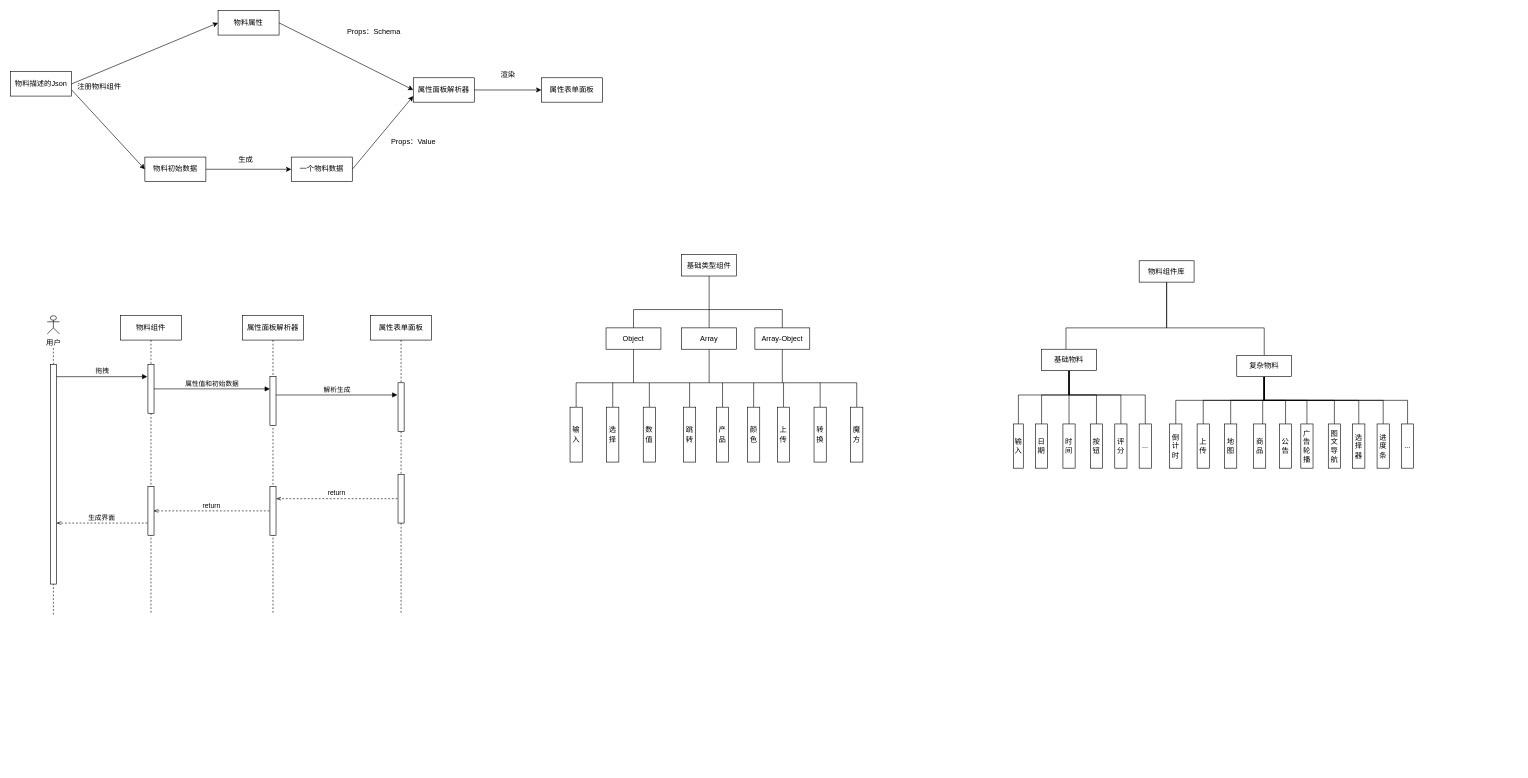
This is 属性面板.drawio from yuxinyu12345/diagrams, a draw.io file, before an edit. Source tidied: cells renumbered, new cells numbered last; positions are measured from the earlier drawing's top-left corner, leaving out a move shared by most shapes. Both pictures are drawn from the tidied source at 61%, with x=0, y=0 at pixel (10, 10).
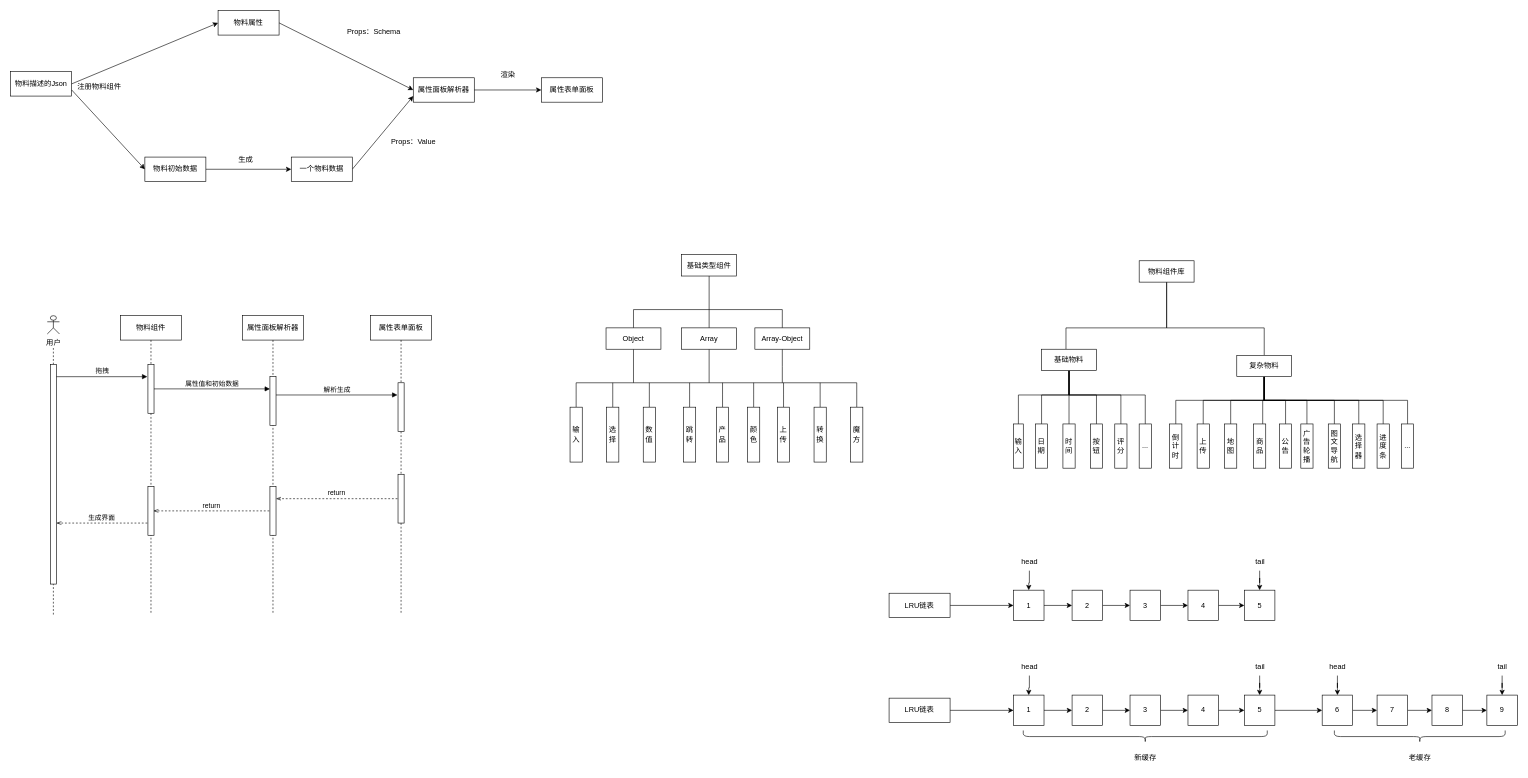
After the change.

Commit message:
更新属性面板.drawio

The edit, as a diff of the source:
```diff
@@
+    <mxCell id="106" style="edgeStyle=orthogonalEdgeStyle;rounded=0;jettySize=auto;html=1;exitX=1;exitY=0.5;exitDx=0;exitDy=0;" parent="1" edge="1" source="107" target="109">
+      <mxGeometry relative="1" as="geometry" />
+    </mxCell>
+    <mxCell id="107" value="1" style="whiteSpace=wrap;html=1;" parent="1" vertex="1">
+      <mxGeometry x="1644" y="950" width="50" height="50" as="geometry" />
+    </mxCell>
+    <mxCell id="108" style="edgeStyle=orthogonalEdgeStyle;rounded=0;jettySize=auto;html=1;exitX=1;exitY=0.5;exitDx=0;exitDy=0;entryX=0;entryY=0.5;entryDx=0;entryDy=0;" parent="1" edge="1" source="109" target="111">
+      <mxGeometry relative="1" as="geometry" />
+    </mxCell>
+    <mxCell id="109" value="2" style="whiteSpace=wrap;html=1;" parent="1" vertex="1">
+      <mxGeometry x="1740" y="950" width="50" height="50" as="geometry" />
+    </mxCell>
+    <mxCell id="110" style="edgeStyle=orthogonalEdgeStyle;rounded=0;jettySize=auto;html=1;exitX=1;exitY=0.5;exitDx=0;exitDy=0;entryX=0;entryY=0.5;entryDx=0;entryDy=0;" parent="1" edge="1" source="111" target="113">
+      <mxGeometry relative="1" as="geometry" />
+    </mxCell>
+    <mxCell id="111" value="3" style="whiteSpace=wrap;html=1;" parent="1" vertex="1">
+      <mxGeometry x="1835" y="950" width="50" height="50" as="geometry" />
+    </mxCell>
+    <mxCell id="112" style="edgeStyle=orthogonalEdgeStyle;rounded=0;jettySize=auto;html=1;exitX=1;exitY=0.5;exitDx=0;exitDy=0;entryX=0;entryY=0.5;entryDx=0;entryDy=0;" parent="1" edge="1" source="113" target="114">
+      <mxGeometry relative="1" as="geometry" />
+    </mxCell>
+    <mxCell id="113" value="4" style="whiteSpace=wrap;html=1;" parent="1" vertex="1">
+      <mxGeometry x="1930" y="950" width="50" height="50" as="geometry" />
+    </mxCell>
+    <mxCell id="114" value="5" style="whiteSpace=wrap;html=1;" parent="1" vertex="1">
+      <mxGeometry x="2022.5" y="950" width="50" height="50" as="geometry" />
+    </mxCell>
+    <mxCell id="115" style="edgeStyle=orthogonalEdgeStyle;rounded=0;jettySize=auto;html=1;exitX=1;exitY=0.5;exitDx=0;exitDy=0;" parent="1" edge="1" source="116" target="107">
+      <mxGeometry relative="1" as="geometry" />
+    </mxCell>
+    <mxCell id="116" value="LRU链表" style="rounded=0;whiteSpace=wrap;html=1;" parent="1" vertex="1">
+      <mxGeometry x="1440" y="955" width="100" height="40" as="geometry" />
+    </mxCell>
+    <mxCell id="117" style="edgeStyle=orthogonalEdgeStyle;rounded=0;jettySize=auto;html=1;" parent="1" edge="1" source="118" target="107">
+      <mxGeometry relative="1" as="geometry" />
+    </mxCell>
+    <mxCell id="118" value="head" style="text;html=1;align=center;verticalAlign=middle;points=[];strokeColor=none;fillColor=none;" parent="1" vertex="1">
+      <mxGeometry x="1645" y="888" width="50" height="30" as="geometry" />
+    </mxCell>
+    <mxCell id="119" style="edgeStyle=orthogonalEdgeStyle;rounded=0;jettySize=auto;html=1;" parent="1" edge="1" source="120" target="114">
+      <mxGeometry relative="1" as="geometry" />
+    </mxCell>
+    <mxCell id="120" value="tail" style="text;html=1;align=center;verticalAlign=middle;points=[];strokeColor=none;fillColor=none;" parent="1" vertex="1">
+      <mxGeometry x="2027.5" y="888" width="40" height="30" as="geometry" />
+    </mxCell>
+    <mxCell id="121" style="edgeStyle=orthogonalEdgeStyle;rounded=0;jettySize=auto;html=1;exitX=1;exitY=0.5;exitDx=0;exitDy=0;" parent="1" edge="1" source="122" target="124">
+      <mxGeometry relative="1" as="geometry" />
+    </mxCell>
+    <mxCell id="122" value="1" style="whiteSpace=wrap;html=1;" parent="1" vertex="1">
+      <mxGeometry x="1644" y="1122" width="50" height="50" as="geometry" />
+    </mxCell>
+    <mxCell id="123" style="edgeStyle=orthogonalEdgeStyle;rounded=0;jettySize=auto;html=1;exitX=1;exitY=0.5;exitDx=0;exitDy=0;entryX=0;entryY=0.5;entryDx=0;entryDy=0;" parent="1" edge="1" source="124" target="126">
+      <mxGeometry relative="1" as="geometry" />
+    </mxCell>
+    <mxCell id="124" value="2" style="whiteSpace=wrap;html=1;" parent="1" vertex="1">
+      <mxGeometry x="1740" y="1122" width="50" height="50" as="geometry" />
+    </mxCell>
+    <mxCell id="125" style="edgeStyle=orthogonalEdgeStyle;rounded=0;jettySize=auto;html=1;exitX=1;exitY=0.5;exitDx=0;exitDy=0;entryX=0;entryY=0.5;entryDx=0;entryDy=0;" parent="1" edge="1" source="126" target="128">
+      <mxGeometry relative="1" as="geometry" />
+    </mxCell>
+    <mxCell id="126" value="3" style="whiteSpace=wrap;html=1;" parent="1" vertex="1">
+      <mxGeometry x="1835" y="1122" width="50" height="50" as="geometry" />
+    </mxCell>
+    <mxCell id="127" style="edgeStyle=orthogonalEdgeStyle;rounded=0;jettySize=auto;html=1;exitX=1;exitY=0.5;exitDx=0;exitDy=0;entryX=0;entryY=0.5;entryDx=0;entryDy=0;" parent="1" edge="1" source="128" target="130">
+      <mxGeometry relative="1" as="geometry" />
+    </mxCell>
+    <mxCell id="128" value="4" style="whiteSpace=wrap;html=1;" parent="1" vertex="1">
+      <mxGeometry x="1930" y="1122" width="50" height="50" as="geometry" />
+    </mxCell>
+    <mxCell id="129" style="edgeStyle=orthogonalEdgeStyle;rounded=0;jettySize=auto;html=1;" parent="1" edge="1" source="130" target="138">
+      <mxGeometry relative="1" as="geometry" />
+    </mxCell>
+    <mxCell id="130" value="5" style="whiteSpace=wrap;html=1;" parent="1" vertex="1">
+      <mxGeometry x="2022.5" y="1122" width="50" height="50" as="geometry" />
+    </mxCell>
+    <mxCell id="131" style="edgeStyle=orthogonalEdgeStyle;rounded=0;jettySize=auto;html=1;exitX=1;exitY=0.5;exitDx=0;exitDy=0;" parent="1" edge="1" source="132" target="122">
+      <mxGeometry relative="1" as="geometry" />
+    </mxCell>
+    <mxCell id="132" value="LRU链表" style="rounded=0;whiteSpace=wrap;html=1;" parent="1" vertex="1">
+      <mxGeometry x="1440" y="1127" width="100" height="40" as="geometry" />
+    </mxCell>
+    <mxCell id="133" style="edgeStyle=orthogonalEdgeStyle;rounded=0;jettySize=auto;html=1;" parent="1" edge="1" source="134" target="122">
+      <mxGeometry relative="1" as="geometry" />
+    </mxCell>
+    <mxCell id="134" value="head" style="text;html=1;align=center;verticalAlign=middle;points=[];strokeColor=none;fillColor=none;" parent="1" vertex="1">
+      <mxGeometry x="1645" y="1060" width="50" height="30" as="geometry" />
+    </mxCell>
+    <mxCell id="135" style="edgeStyle=orthogonalEdgeStyle;rounded=0;jettySize=auto;html=1;" parent="1" edge="1" source="136" target="130">
+      <mxGeometry relative="1" as="geometry" />
+    </mxCell>
+    <mxCell id="136" value="tail" style="text;html=1;align=center;verticalAlign=middle;points=[];strokeColor=none;fillColor=none;" parent="1" vertex="1">
+      <mxGeometry x="2027.5" y="1060" width="40" height="30" as="geometry" />
+    </mxCell>
+    <mxCell id="137" style="edgeStyle=orthogonalEdgeStyle;rounded=0;jettySize=auto;html=1;" parent="1" edge="1" source="138" target="140">
+      <mxGeometry relative="1" as="geometry" />
+    </mxCell>
+    <mxCell id="138" value="6" style="whiteSpace=wrap;html=1;" parent="1" vertex="1">
+      <mxGeometry x="2150" y="1122" width="50" height="50" as="geometry" />
+    </mxCell>
+    <mxCell id="139" style="edgeStyle=orthogonalEdgeStyle;rounded=0;jettySize=auto;html=1;" parent="1" edge="1" source="140" target="142">
+      <mxGeometry relative="1" as="geometry" />
+    </mxCell>
+    <mxCell id="140" value="7" style="whiteSpace=wrap;html=1;" parent="1" vertex="1">
+      <mxGeometry x="2240" y="1122" width="50" height="50" as="geometry" />
+    </mxCell>
+    <mxCell id="141" style="edgeStyle=orthogonalEdgeStyle;rounded=0;jettySize=auto;html=1;" parent="1" edge="1" source="142" target="143">
+      <mxGeometry relative="1" as="geometry" />
+    </mxCell>
+    <mxCell id="142" value="8" style="whiteSpace=wrap;html=1;" parent="1" vertex="1">
+      <mxGeometry x="2330" y="1122" width="50" height="50" as="geometry" />
+    </mxCell>
+    <mxCell id="143" value="9" style="whiteSpace=wrap;html=1;" parent="1" vertex="1">
+      <mxGeometry x="2420" y="1122" width="50" height="50" as="geometry" />
+    </mxCell>
+    <mxCell id="144" style="edgeStyle=orthogonalEdgeStyle;rounded=0;jettySize=auto;html=1;" parent="1" edge="1" source="145" target="138">
+      <mxGeometry relative="1" as="geometry" />
+    </mxCell>
+    <mxCell id="145" value="head" style="text;html=1;align=center;verticalAlign=middle;points=[];strokeColor=none;fillColor=none;" parent="1" vertex="1">
+      <mxGeometry x="2150" y="1060" width="50" height="30" as="geometry" />
+    </mxCell>
+    <mxCell id="146" style="edgeStyle=orthogonalEdgeStyle;rounded=0;jettySize=auto;html=1;" parent="1" edge="1" source="147" target="143">
+      <mxGeometry relative="1" as="geometry" />
+    </mxCell>
+    <mxCell id="147" value="tail" style="text;html=1;align=center;verticalAlign=middle;points=[];strokeColor=none;fillColor=none;" parent="1" vertex="1">
+      <mxGeometry x="2425" y="1060" width="40" height="30" as="geometry" />
+    </mxCell>
+    <mxCell id="148" style="shape=curlyBracket;whiteSpace=wrap;html=1;rounded=1;labelPosition=left;verticalLabelPosition=middle;align=right;verticalAlign=middle;direction=north;" parent="1" vertex="1">
+      <mxGeometry x="1660" y="1180" width="400" height="20" as="geometry" />
+    </mxCell>
+    <mxCell id="149" value="新缓存" style="text;html=1;align=center;verticalAlign=middle;strokeColor=none;fillColor=none;" parent="1" vertex="1">
+      <mxGeometry x="1830" y="1210" width="60" height="30" as="geometry" />
+    </mxCell>
+    <mxCell id="150" style="shape=curlyBracket;whiteSpace=wrap;html=1;rounded=1;flipH=1;labelPosition=right;verticalLabelPosition=middle;align=left;verticalAlign=middle;direction=north;" parent="1" vertex="1">
+      <mxGeometry x="2170" y="1180" width="280" height="20" as="geometry" />
+    </mxCell>
+    <mxCell id="151" value="老缓存" style="text;html=1;align=center;verticalAlign=middle;strokeColor=none;fillColor=none;" parent="1" vertex="1">
+      <mxGeometry x="2280" y="1210" width="60" height="30" as="geometry" />
+    </mxCell>
```
